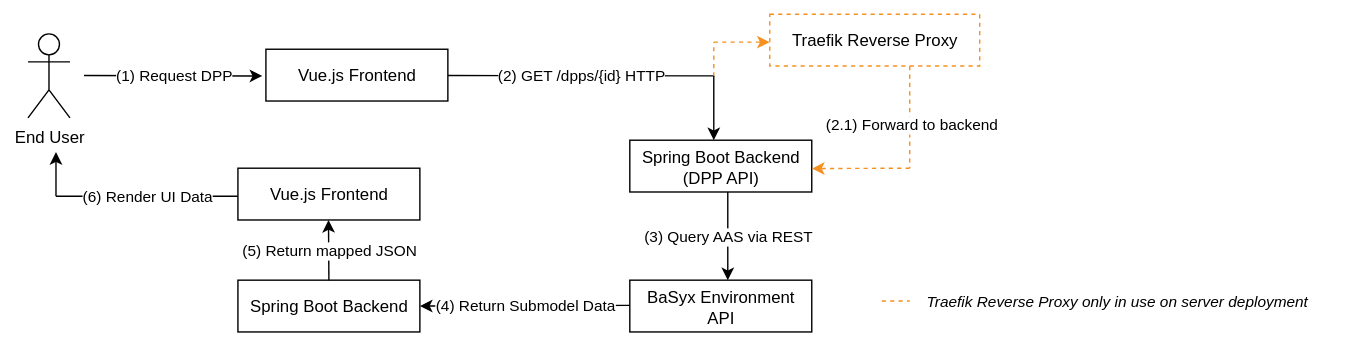
The draw.io diagram PROJECT/SAS/src/communication-diagram/TINF24F_SAS_Team_6_Communication-Diagram_R10.drawio.svg in DHBW-TINF24F/Team6-BaSyx-DPP-API, before a commit. Source tidied: cells renumbered, new cells last; positions are measured from the earlier drawing's top-left corner, leaving out a move shared by most shapes. Its diagram source:
```xml
<mxGraphModel>
  <root>
    <mxCell id="0" />
    <mxCell id="1" parent="0" />
    <mxCell id="2" value="End User" style="shape=umlActor;verticalLabelPosition=bottom;verticalAlign=top;html=1;" parent="1" vertex="1">
      <mxGeometry y="14" width="30" height="60" as="geometry" />
    </mxCell>
    <mxCell id="3" style="endArrow=classic;html=1;rounded=0;entryX=-0.02;entryY=0.516;entryDx=0;entryDy=0;entryPerimeter=0;" parent="1" edge="1" target="5">
      <mxGeometry relative="1" as="geometry">
        <mxPoint x="40" y="43.8" as="sourcePoint" />
      </mxGeometry>
    </mxCell>
    <mxCell id="4" value="(1) Request DPP" style="edgeLabel;html=1;align=center;verticalAlign=middle;" parent="3" vertex="1">
      <mxGeometry relative="1" as="geometry" />
    </mxCell>
    <mxCell id="5" value="Vue.js Frontend" style="rounded=0;whiteSpace=wrap;html=1;" parent="1" vertex="1">
      <mxGeometry x="170" y="25" width="130" height="37" as="geometry" />
    </mxCell>
    <mxCell id="6" style="endArrow=none;html=1;rounded=0;endFill=0;" parent="1" edge="1">
      <mxGeometry relative="1" as="geometry">
        <mxPoint x="300" y="43.8" as="sourcePoint" />
        <mxPoint x="490" y="44" as="targetPoint" />
      </mxGeometry>
    </mxCell>
    <mxCell id="7" value="(2) GET /dpps/{id} HTTP" style="edgeLabel;html=1;align=center;verticalAlign=middle;" parent="6" vertex="1">
      <mxGeometry relative="1" as="geometry" />
    </mxCell>
    <mxCell id="8" style="endArrow=none;dashed=1;html=1;rounded=0;strokeColor=#F59121;" parent="1" edge="1">
      <mxGeometry relative="1" as="geometry">
        <mxPoint x="490" y="44.5" as="sourcePoint" />
        <mxPoint x="490" y="20" as="targetPoint" />
      </mxGeometry>
    </mxCell>
    <mxCell id="9" style="endArrow=classic;dashed=1;html=1;rounded=0;endFill=1;strokeColor=#F59121;" parent="1" edge="1">
      <mxGeometry relative="1" as="geometry">
        <mxPoint x="490" y="19.9" as="sourcePoint" />
        <mxPoint x="530" y="19.9" as="targetPoint" />
      </mxGeometry>
    </mxCell>
    <mxCell id="10" style="endArrow=classic;html=1;rounded=0;" parent="1" edge="1">
      <mxGeometry relative="1" as="geometry">
        <mxPoint x="490" y="44" as="sourcePoint" />
        <mxPoint x="490" y="90" as="targetPoint" />
      </mxGeometry>
    </mxCell>
    <mxCell id="11" value="Traefik Reverse Proxy" style="rounded=0;whiteSpace=wrap;html=1;dashed=1;strokeColor=#F59121;" parent="1" vertex="1">
      <mxGeometry x="530" width="150" height="37" as="geometry" />
    </mxCell>
    <mxCell id="12" value="Spring Boot Backend&lt;div&gt;(DPP API)&lt;/div&gt;" style="rounded=0;whiteSpace=wrap;html=1;" parent="1" vertex="1">
      <mxGeometry x="430" y="90" width="130" height="37" as="geometry" />
    </mxCell>
    <mxCell id="13" style="endArrow=none;html=1;rounded=0;exitX=0.16;exitY=0.977;exitDx=0;exitDy=0;exitPerimeter=0;dashed=1;endFill=0;strokeColor=#F59121;" parent="1" edge="1">
      <mxGeometry relative="1" as="geometry">
        <mxPoint x="630" y="37" as="sourcePoint" />
        <mxPoint x="630" y="110" as="targetPoint" />
      </mxGeometry>
    </mxCell>
    <mxCell id="14" value="(2.1) Forward to backend" style="edgeLabel;html=1;align=center;verticalAlign=middle;" parent="13" vertex="1">
      <mxGeometry x="0.15" y="1" relative="1" as="geometry" />
    </mxCell>
    <mxCell id="15" style="endArrow=classic;html=1;rounded=0;dashed=1;endFill=1;entryX=1.001;entryY=0.547;entryDx=0;entryDy=0;entryPerimeter=0;strokeColor=#F59121;" parent="1" edge="1" target="12">
      <mxGeometry relative="1" as="geometry">
        <mxPoint x="630" y="110" as="sourcePoint" />
      </mxGeometry>
    </mxCell>
    <mxCell id="16" value="BaSyx Environment&lt;div&gt;API&lt;/div&gt;" style="rounded=0;whiteSpace=wrap;html=1;" parent="1" vertex="1">
      <mxGeometry x="430" y="190" width="130" height="37" as="geometry" />
    </mxCell>
    <mxCell id="17" style="endArrow=none;html=1;rounded=0;startArrow=classic;startFill=1;endFill=0;" parent="1" edge="1">
      <mxGeometry relative="1" as="geometry">
        <mxPoint x="500" y="190" as="sourcePoint" />
        <mxPoint x="500" y="127" as="targetPoint" />
      </mxGeometry>
    </mxCell>
    <mxCell id="18" value="(3) Query AAS via REST" style="edgeLabel;html=1;align=center;verticalAlign=middle;" parent="17" vertex="1">
      <mxGeometry relative="1" as="geometry" />
    </mxCell>
    <mxCell id="19" style="endArrow=none;html=1;rounded=0;startArrow=classic;startFill=1;endFill=0;exitX=1;exitY=0.5;exitDx=0;exitDy=0;" parent="1" edge="1" source="21">
      <mxGeometry relative="1" as="geometry">
        <mxPoint x="430" y="208" as="targetPoint" />
      </mxGeometry>
    </mxCell>
    <mxCell id="20" value="(4) Return Submodel Data" style="edgeLabel;html=1;align=center;verticalAlign=middle;" parent="19" vertex="1">
      <mxGeometry relative="1" as="geometry" />
    </mxCell>
    <mxCell id="21" value="Spring Boot Backend" style="rounded=0;whiteSpace=wrap;html=1;" parent="1" vertex="1">
      <mxGeometry x="150" y="190" width="130" height="37" as="geometry" />
    </mxCell>
    <mxCell id="22" style="endArrow=classic;html=1;rounded=0;startArrow=none;startFill=0;endFill=1;" parent="1" edge="1">
      <mxGeometry relative="1" as="geometry">
        <mxPoint x="215" y="190" as="sourcePoint" />
        <mxPoint x="214.7" y="147" as="targetPoint" />
      </mxGeometry>
    </mxCell>
    <mxCell id="23" value="(5) Return mapped JSON" style="edgeLabel;html=1;align=center;verticalAlign=middle;" parent="22" vertex="1">
      <mxGeometry relative="1" as="geometry" />
    </mxCell>
    <mxCell id="24" style="endArrow=none;html=1;rounded=0;startArrow=none;startFill=0;endFill=0;" parent="1" edge="1">
      <mxGeometry relative="1" as="geometry">
        <mxPoint x="20" y="130" as="sourcePoint" />
        <mxPoint x="150" y="130" as="targetPoint" />
      </mxGeometry>
    </mxCell>
    <mxCell id="25" value="(6) Render UI Data" style="edgeLabel;html=1;align=center;verticalAlign=middle;" parent="24" vertex="1">
      <mxGeometry relative="1" as="geometry" />
    </mxCell>
    <mxCell id="26" value="Vue.js Frontend" style="rounded=0;whiteSpace=wrap;html=1;" parent="1" vertex="1">
      <mxGeometry x="150" y="110" width="130" height="37" as="geometry" />
    </mxCell>
    <mxCell id="27" style="group;" parent="1" vertex="1">
      <mxGeometry x="610" y="190" width="320" height="30" as="geometry" />
    </mxCell>
    <mxCell id="28" style="endArrow=none;dashed=1;html=1;rounded=0;strokeColor=#F59121;" parent="27" edge="1">
      <mxGeometry relative="1" as="geometry">
        <mxPoint y="14.9" as="sourcePoint" />
        <mxPoint x="20" y="14.9" as="targetPoint" />
      </mxGeometry>
    </mxCell>
    <mxCell id="29" value="Traefik Reverse Proxy only in use on server deployment" style="text;html=1;whiteSpace=wrap;strokeColor=none;fillColor=none;align=left;verticalAlign=middle;rounded=0;fontSize=11;fontStyle=2;" parent="27" vertex="1">
      <mxGeometry x="30" width="290" height="30" as="geometry" />
    </mxCell>
    <mxCell id="30" style="endArrow=none;html=1;rounded=0;startArrow=classic;startFill=1;" parent="1" edge="1">
      <mxGeometry relative="1" as="geometry">
        <mxPoint x="20" y="98.5" as="sourcePoint" />
        <mxPoint x="20" y="130" as="targetPoint" />
      </mxGeometry>
    </mxCell>
  </root>
</mxGraphModel>
```
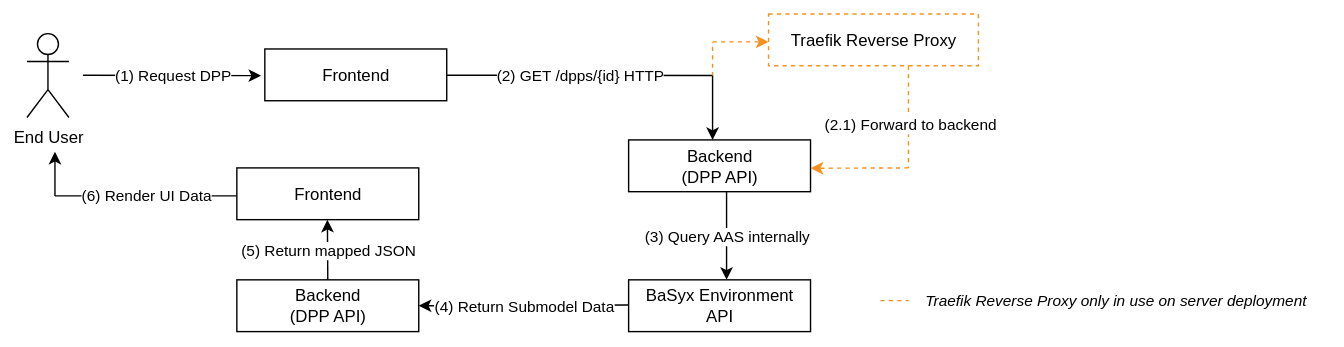
The same file after the commit.

What changed in the source:
```diff
@@ -13,7 +13,7 @@
     <mxCell id="4" value="(1) Request DPP" style="edgeLabel;html=1;align=center;verticalAlign=middle;" parent="3" vertex="1">
       <mxGeometry relative="1" as="geometry" />
     </mxCell>
-    <mxCell id="5" value="Vue.js Frontend" style="rounded=0;whiteSpace=wrap;html=1;" parent="1" vertex="1">
+    <mxCell id="5" value="Frontend" style="rounded=0;whiteSpace=wrap;html=1;" parent="1" vertex="1">
       <mxGeometry x="170" y="25" width="130" height="37" as="geometry" />
     </mxCell>
     <mxCell id="6" style="endArrow=none;html=1;rounded=0;endFill=0;" parent="1" edge="1">
@@ -46,7 +46,7 @@
     <mxCell id="11" value="Traefik Reverse Proxy" style="rounded=0;whiteSpace=wrap;html=1;dashed=1;strokeColor=#F59121;" parent="1" vertex="1">
       <mxGeometry x="530" width="150" height="37" as="geometry" />
     </mxCell>
-    <mxCell id="12" value="Spring Boot Backend&lt;div&gt;(DPP API)&lt;/div&gt;" style="rounded=0;whiteSpace=wrap;html=1;" parent="1" vertex="1">
+    <mxCell id="12" value="Backend&lt;div&gt;(DPP API)&lt;/div&gt;" style="rounded=0;whiteSpace=wrap;html=1;" parent="1" vertex="1">
       <mxGeometry x="430" y="90" width="130" height="37" as="geometry" />
     </mxCell>
     <mxCell id="13" style="endArrow=none;html=1;rounded=0;exitX=0.16;exitY=0.977;exitDx=0;exitDy=0;exitPerimeter=0;dashed=1;endFill=0;strokeColor=#F59121;" parent="1" edge="1">
@@ -72,7 +72,7 @@
         <mxPoint x="500" y="127" as="targetPoint" />
       </mxGeometry>
     </mxCell>
-    <mxCell id="18" value="(3) Query AAS via REST" style="edgeLabel;html=1;align=center;verticalAlign=middle;" parent="17" vertex="1">
+    <mxCell id="18" value="(3) Query AAS internally" style="edgeLabel;html=1;align=center;verticalAlign=middle;" parent="17" vertex="1">
       <mxGeometry relative="1" as="geometry" />
     </mxCell>
     <mxCell id="19" style="endArrow=none;html=1;rounded=0;startArrow=classic;startFill=1;endFill=0;exitX=1;exitY=0.5;exitDx=0;exitDy=0;" parent="1" edge="1" source="21">
@@ -83,7 +83,7 @@
     <mxCell id="20" value="(4) Return Submodel Data" style="edgeLabel;html=1;align=center;verticalAlign=middle;" parent="19" vertex="1">
       <mxGeometry relative="1" as="geometry" />
     </mxCell>
-    <mxCell id="21" value="Spring Boot Backend" style="rounded=0;whiteSpace=wrap;html=1;" parent="1" vertex="1">
+    <mxCell id="21" value="Backend&lt;div&gt;(DPP API)&lt;/div&gt;" style="rounded=0;whiteSpace=wrap;html=1;" parent="1" vertex="1">
       <mxGeometry x="150" y="190" width="130" height="37" as="geometry" />
     </mxCell>
     <mxCell id="22" style="endArrow=classic;html=1;rounded=0;startArrow=none;startFill=0;endFill=1;" parent="1" edge="1">
@@ -104,7 +104,7 @@
     <mxCell id="25" value="(6) Render UI Data" style="edgeLabel;html=1;align=center;verticalAlign=middle;" parent="24" vertex="1">
       <mxGeometry relative="1" as="geometry" />
     </mxCell>
-    <mxCell id="26" value="Vue.js Frontend" style="rounded=0;whiteSpace=wrap;html=1;" parent="1" vertex="1">
+    <mxCell id="26" value="Frontend" style="rounded=0;whiteSpace=wrap;html=1;" parent="1" vertex="1">
       <mxGeometry x="150" y="110" width="130" height="37" as="geometry" />
     </mxCell>
     <mxCell id="27" style="group;" parent="1" vertex="1">
```
